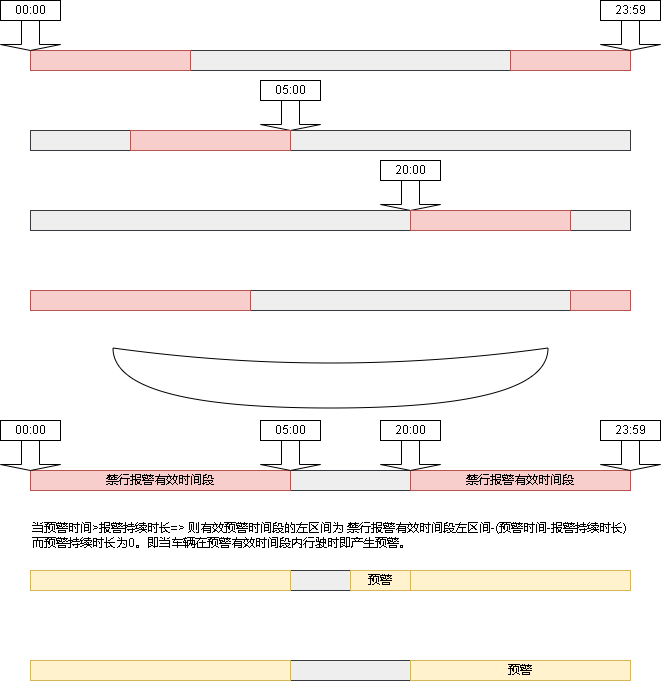
Above: 禁行.drawio.png in xktder/draw (draw.io), before the change. Source tidied: cells renumbered, new cells last; positions are measured from the earlier drawing's top-left corner, leaving out a move shared by most shapes.
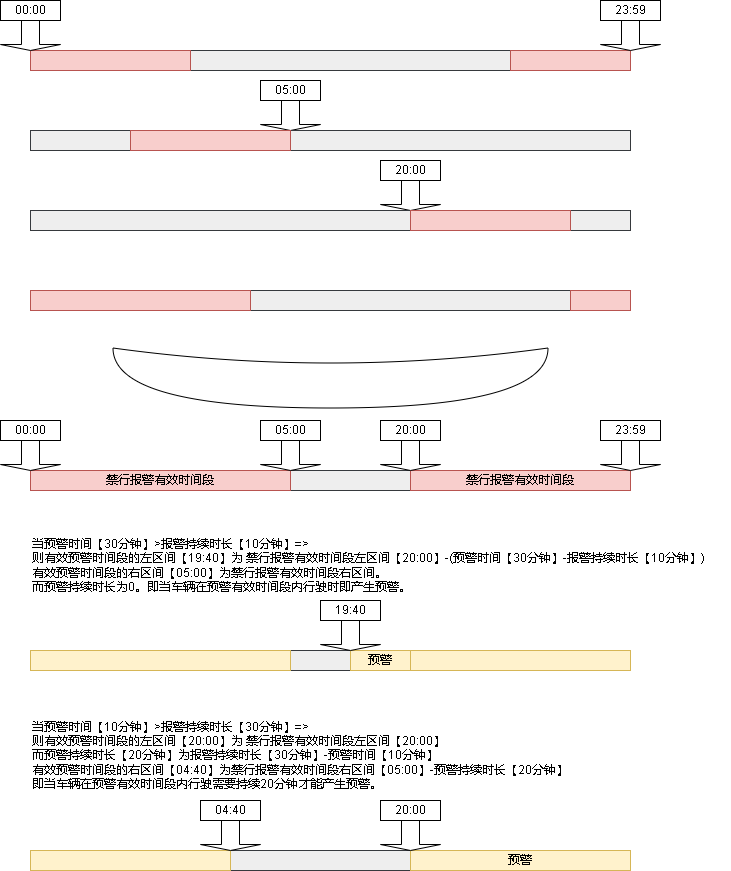
The same diagram one commit later.

What changed in the source:
```diff
@@ -69,28 +69,28 @@
       <mxGeometry x="410" y="470" width="220" height="20" as="geometry" />
     </mxCell>
     <mxCell id="24" style="rounded=0;whiteSpace=wrap;html=1;fillColor=#eeeeee;strokeColor=#36393d;" parent="1" vertex="1">
-      <mxGeometry x="30" y="570" width="600" height="20" as="geometry" />
+      <mxGeometry x="30" y="650" width="600" height="20" as="geometry" />
     </mxCell>
     <mxCell id="25" style="rounded=0;whiteSpace=wrap;html=1;fillColor=#fff2cc;strokeColor=#d6b656;" parent="1" vertex="1">
-      <mxGeometry x="30" y="570" width="260" height="20" as="geometry" />
+      <mxGeometry x="30" y="650" width="260" height="20" as="geometry" />
     </mxCell>
     <mxCell id="26" style="rounded=0;whiteSpace=wrap;html=1;fillColor=#fff2cc;strokeColor=#d6b656;" parent="1" vertex="1">
-      <mxGeometry x="410" y="570" width="220" height="20" as="geometry" />
+      <mxGeometry x="410" y="650" width="220" height="20" as="geometry" />
     </mxCell>
     <mxCell id="27" value="预警" style="rounded=0;whiteSpace=wrap;html=1;fillColor=#fff2cc;strokeColor=#d6b656;" parent="1" vertex="1">
-      <mxGeometry x="350" y="570" width="60" height="20" as="geometry" />
+      <mxGeometry x="350" y="650" width="60" height="20" as="geometry" />
     </mxCell>
     <mxCell id="28" style="rounded=0;whiteSpace=wrap;html=1;fillColor=#eeeeee;strokeColor=#36393d;" parent="1" vertex="1">
-      <mxGeometry x="30" y="660" width="600" height="20" as="geometry" />
+      <mxGeometry x="30" y="850" width="600" height="20" as="geometry" />
     </mxCell>
     <mxCell id="29" style="rounded=0;whiteSpace=wrap;html=1;fillColor=#fff2cc;strokeColor=#d6b656;" parent="1" vertex="1">
-      <mxGeometry x="30" y="660" width="260" height="20" as="geometry" />
+      <mxGeometry x="30" y="850" width="200" height="20" as="geometry" />
     </mxCell>
     <mxCell id="30" value="预警" style="rounded=0;whiteSpace=wrap;html=1;fillColor=#fff2cc;strokeColor=#d6b656;" parent="1" vertex="1">
-      <mxGeometry x="410" y="660" width="220" height="20" as="geometry" />
+      <mxGeometry x="410" y="850" width="220" height="20" as="geometry" />
     </mxCell>
-    <mxCell id="31" value="当预警时间&amp;gt;报警持续时长=&amp;gt; 则有效预警时间段的左区间为 禁行报警有效时间段左区间-(预警时间-报警持续时长)&lt;br&gt;而预警持续时长为0。即当车辆在预警有效时间段内行驶时即产生预警。" style="text;html=1;align=left;verticalAlign=middle;strokeColor=none;fillColor=none;" parent="1" vertex="1">
-      <mxGeometry x="30" y="515" width="620" height="40" as="geometry" />
+    <mxCell id="31" value="当预警时间【30分钟】&amp;gt;报警持续时长【10分钟】=&amp;gt;&lt;br&gt;则有效预警时间段的左区间【19:40】为 禁行报警有效时间段左区间【20:00】-(预警时间【30分钟】-报警持续时长【10分钟】)&lt;br&gt;有效预警时间段的右区间【05:00】为禁行报警有效时间段右区间。&lt;br&gt;而预警持续时长为0。即当车辆在预警有效时间段内行驶时即产生预警。" style="text;html=1;align=left;verticalAlign=middle;strokeColor=none;fillColor=none;" parent="1" vertex="1">
+      <mxGeometry x="30" y="530" width="700" height="70" as="geometry" />
     </mxCell>
     <mxCell id="32" style="shape=singleArrow;direction=south;whiteSpace=wrap;html=1;" parent="1" vertex="1">
       <mxGeometry x="380" y="440" width="60" height="30" as="geometry" />
@@ -116,5 +116,26 @@
     <mxCell id="39" value="00:00" style="rounded=0;whiteSpace=wrap;html=1;" parent="1" vertex="1">
       <mxGeometry y="420" width="60" height="20" as="geometry" />
     </mxCell>
+    <mxCell id="40" style="shape=singleArrow;direction=south;whiteSpace=wrap;html=1;" parent="1" vertex="1">
+      <mxGeometry x="320" y="620" width="60" height="30" as="geometry" />
+    </mxCell>
+    <mxCell id="41" value="19:40" style="rounded=0;whiteSpace=wrap;html=1;" parent="1" vertex="1">
+      <mxGeometry x="320" y="600" width="60" height="20" as="geometry" />
+    </mxCell>
+    <mxCell id="42" style="shape=singleArrow;direction=south;whiteSpace=wrap;html=1;" parent="1" vertex="1">
+      <mxGeometry x="380" y="820" width="60" height="30" as="geometry" />
+    </mxCell>
+    <mxCell id="43" value="20:00" style="rounded=0;whiteSpace=wrap;html=1;" parent="1" vertex="1">
+      <mxGeometry x="380" y="800" width="60" height="20" as="geometry" />
+    </mxCell>
+    <mxCell id="44" value="当预警时间【10分钟】&amp;gt;报警持续时长【30分钟】=&amp;gt;&lt;br&gt;则有效预警时间段的左区间【20:00】为 禁行报警有效时间段左区间【20:00】&lt;br&gt;而预警持续时长【20分钟】为报警持续时长【30分钟】-预警时间【10分钟】&lt;br&gt;有效预警时间段的右区间【04:40】为禁行报警有效时间段右区间【05:00】-预警持续时长【20分钟】&lt;br&gt;即当车辆在预警有效时间段内行驶需要持续20分钟才能产生预警。" style="text;html=1;align=left;verticalAlign=middle;strokeColor=none;fillColor=none;" parent="1" vertex="1">
+      <mxGeometry x="30" y="710" width="560" height="90" as="geometry" />
+    </mxCell>
+    <mxCell id="45" style="shape=singleArrow;direction=south;whiteSpace=wrap;html=1;" parent="1" vertex="1">
+      <mxGeometry x="200" y="820" width="60" height="30" as="geometry" />
+    </mxCell>
+    <mxCell id="46" value="04:40" style="rounded=0;whiteSpace=wrap;html=1;" parent="1" vertex="1">
+      <mxGeometry x="200" y="800" width="60" height="20" as="geometry" />
+    </mxCell>
   </root>
 </mxGraphModel>
```
